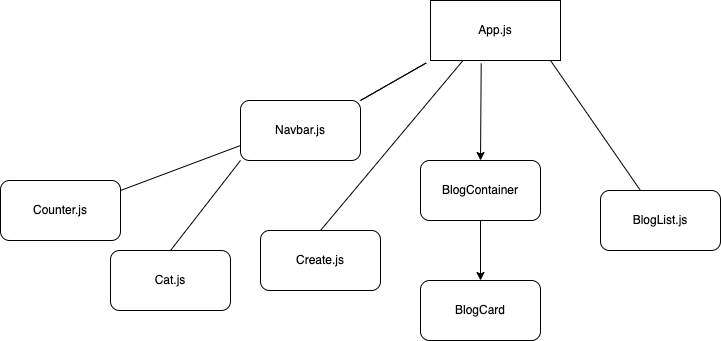
foghill/blogapp keeps this draw.io diagram as src/hierarchy.png. Above is the earlier version. Source tidied: cells renumbered, new cells last; positions are measured from the earlier drawing's top-left corner, leaving out a move shared by most shapes.
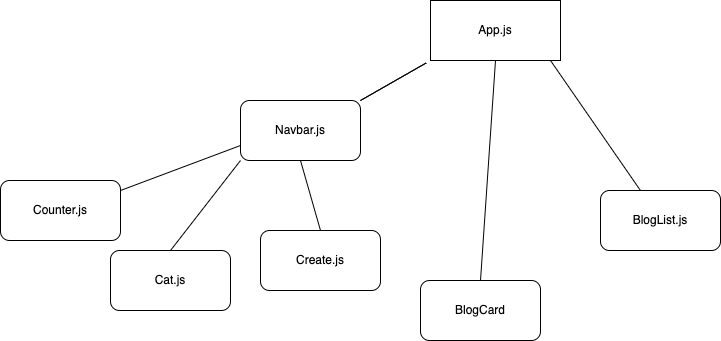
The same file after the commit.

What changed in the source:
```diff
@@ -17,18 +17,9 @@
     <mxCell id="6" value="Create.js" style="rounded=1;whiteSpace=wrap;html=1;" parent="1" vertex="1">
       <mxGeometry x="260" y="230" width="120" height="60" as="geometry" />
     </mxCell>
-    <mxCell id="7" value="BlogContainer" style="rounded=1;whiteSpace=wrap;html=1;" parent="1" vertex="1">
-      <mxGeometry x="420" y="160" width="120" height="60" as="geometry" />
-    </mxCell>
     <mxCell id="8" value="BlogCard" style="rounded=1;whiteSpace=wrap;html=1;" parent="1" vertex="1">
       <mxGeometry x="420" y="280" width="120" height="60" as="geometry" />
     </mxCell>
-    <mxCell id="9" style="endArrow=classic;html=1;entryX=0.5;entryY=0;entryDx=0;entryDy=0;exitX=0.39;exitY=1.047;exitDx=0;exitDy=0;exitPerimeter=0;" parent="1" edge="1" source="2" target="7">
-      <mxGeometry relative="1" as="geometry" />
-    </mxCell>
-    <mxCell id="10" style="endArrow=classic;html=1;exitX=0.5;exitY=1;exitDx=0;exitDy=0;entryX=0.5;entryY=0;entryDx=0;entryDy=0;" parent="1" edge="1" source="7" target="8">
-      <mxGeometry relative="1" as="geometry" />
-    </mxCell>
     <mxCell id="11" style="endArrow=none;html=1;entryX=1;entryY=0;entryDx=0;entryDy=0;" parent="1" edge="1" target="3">
       <mxGeometry relative="1" as="geometry">
         <mxPoint x="360" y="100" as="sourcePoint" />
@@ -45,7 +36,7 @@
     <mxCell id="13" style="endArrow=none;html=1;entryX=0;entryY=1;entryDx=0;entryDy=0;exitX=0.5;exitY=0;exitDx=0;exitDy=0;" parent="1" edge="1" source="5" target="3">
       <mxGeometry relative="1" as="geometry" />
     </mxCell>
-    <mxCell id="14" style="endArrow=none;html=1;entryX=0.25;entryY=1;entryDx=0;entryDy=0;exitX=0.5;exitY=0;exitDx=0;exitDy=0;" parent="1" edge="1" source="6" target="2">
+    <mxCell id="14" style="endArrow=none;html=1;entryX=0.5;entryY=1;entryDx=0;entryDy=0;exitX=0.5;exitY=0;exitDx=0;exitDy=0;" parent="1" edge="1" source="6" target="3">
       <mxGeometry relative="1" as="geometry" />
     </mxCell>
     <mxCell id="15" value="BlogList.js" style="rounded=1;whiteSpace=wrap;html=1;" parent="1" vertex="1">
@@ -56,5 +47,8 @@
         <mxPoint x="550" y="60" as="targetPoint" />
       </mxGeometry>
     </mxCell>
+    <mxCell id="17" style="endArrow=none;html=1;exitX=0.5;exitY=1;exitDx=0;exitDy=0;entryX=0.5;entryY=0;entryDx=0;entryDy=0;" parent="1" edge="1" source="2" target="8">
+      <mxGeometry relative="1" as="geometry" />
+    </mxCell>
   </root>
 </mxGraphModel>
```
